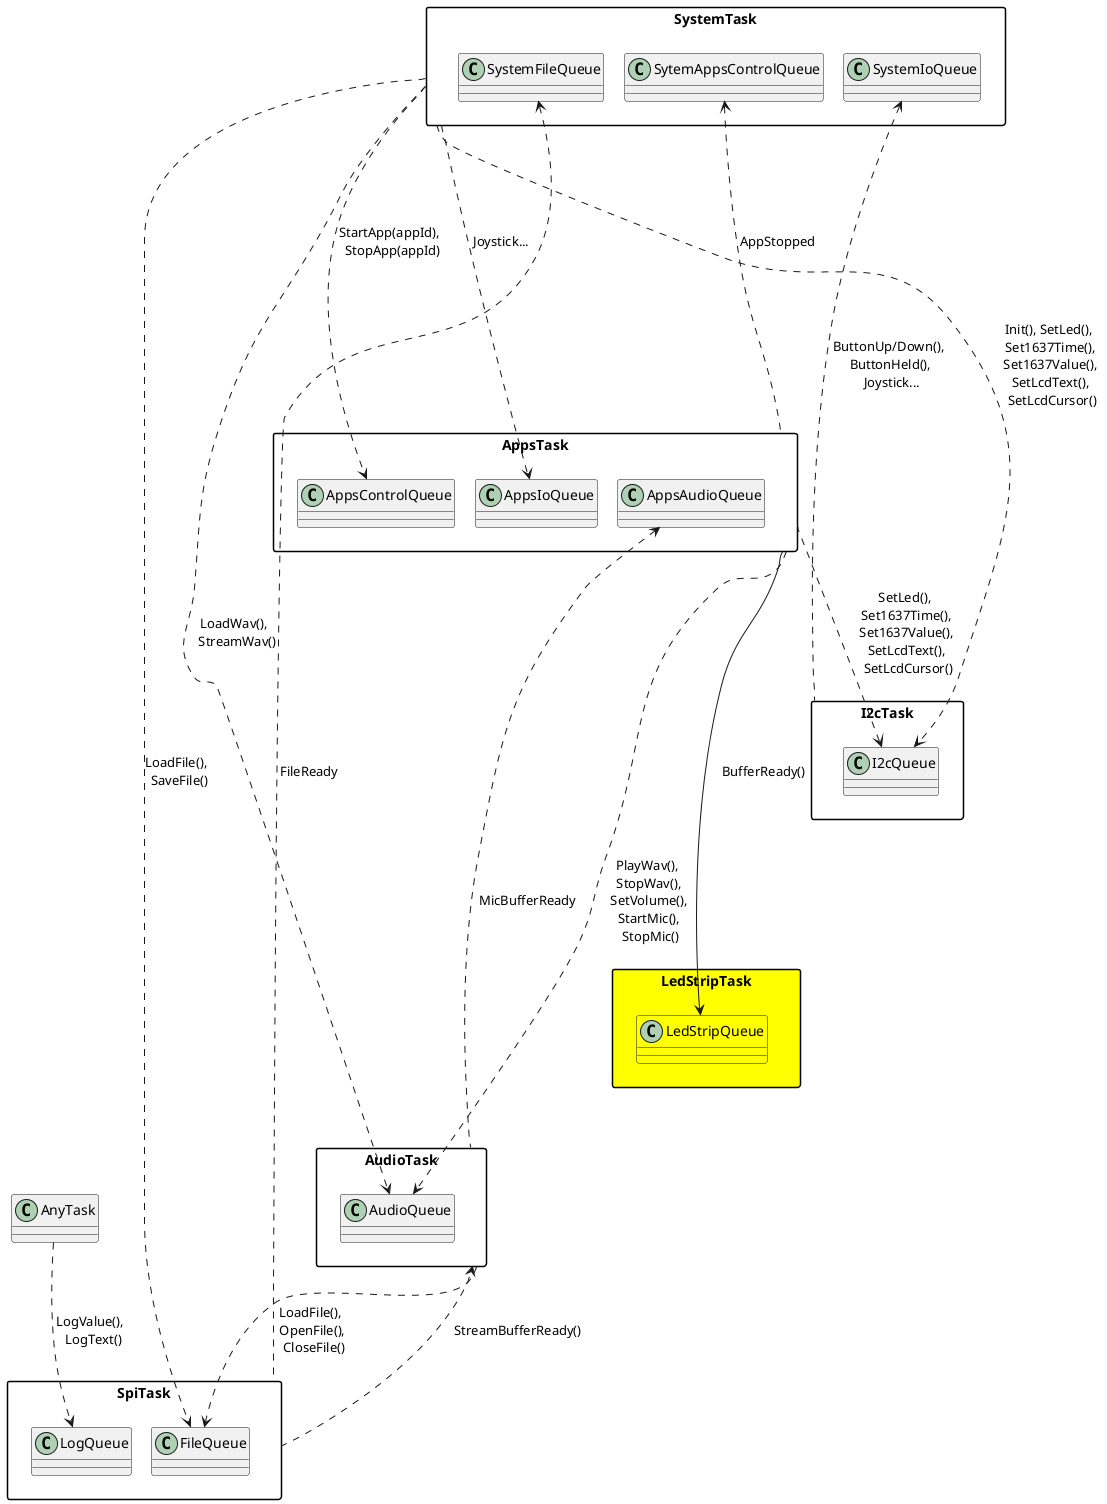
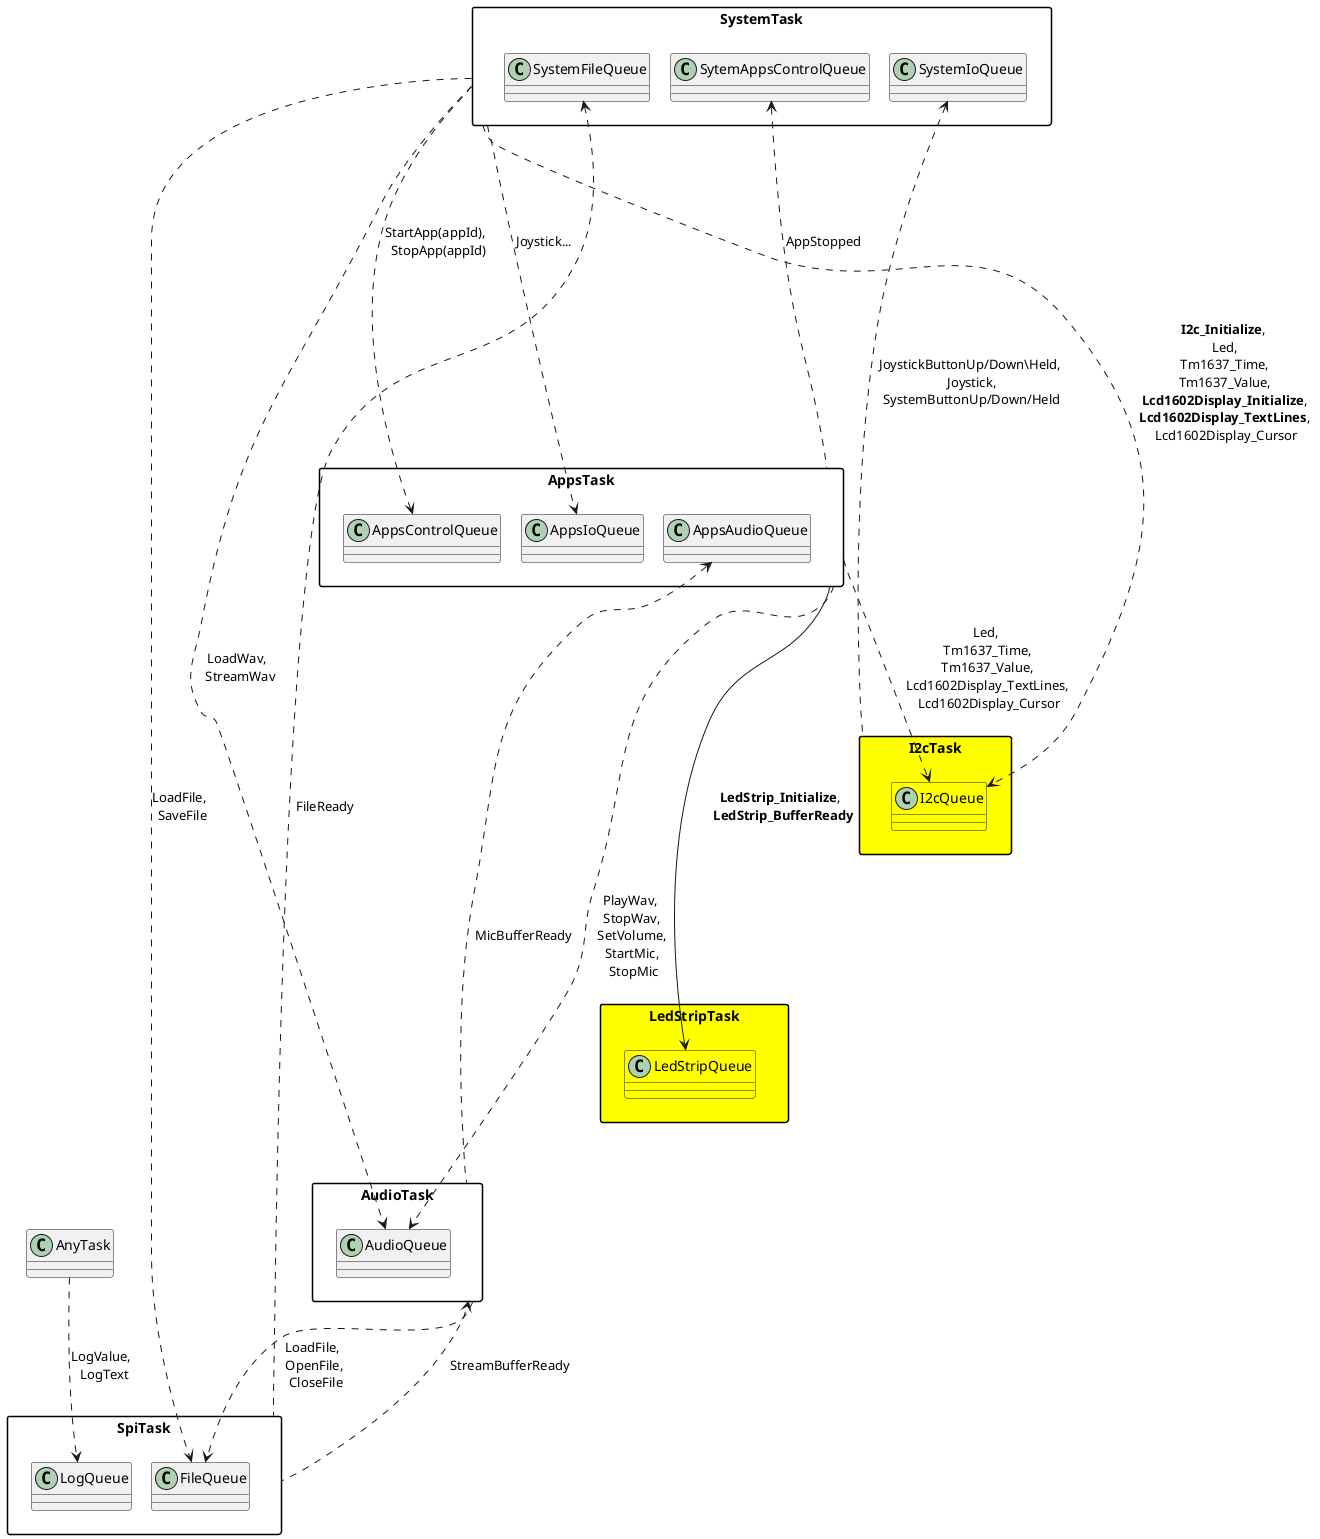
- @startuml
+ @startuml#ffff00

top to bottom direction
skinparam ranksep 120
skinparam nodesep 20
skinparam packageStyle rectangle

package "SystemTask" as SystemTask {
    class SytemAppsControlQueue {}
    class SystemIoQueue {}
    class SystemFileQueue {}
}

package "AppsTask" as AppsTask {
    class AppsControlQueue {}
    class AppsIoQueue {}
    class AppsAudioQueue {}
}

- package "I2cTask" as I2cTask {
-     class I2cQueue {}
+ package "I2cTask" as I2cTask #yellow {
+     class I2cQueue #yellow {}
}

- package "LedStripTask" as LedStripTask #ffff00
- {
-     class LedStripQueue #ffff00 {}
+ package "LedStripTask" as LedStripTask  #yellow {
+     class LedStripQueue #yellow {}
}

package "AudioTask" as AudioTask {
    class AudioQueue {}
}

package "SpiTask" as SpiTask {
    class FileQueue {}

    class LogQueue {}
}

SystemTask -[hidden]down--> AppsTask
AppsTask -[hidden]down-> I2cTask
I2cTask -[hidden]down-> LedStripTask
LedStripTask -[hidden]down-> AudioTask
AudioTask -[hidden]down-> SpiTask

SystemTask .down.> AppsControlQueue : StartApp(appId), \n StopApp(appId)
AppsTask .up.> SytemAppsControlQueue : AppStopped
- SystemTask .down.> I2cQueue : Init(), SetLed(), \n Set1637Time(), \n Set1637Value(), \n SetLcdText(), \n SetLcdCursor()
- AppsTask .down.> I2cQueue : SetLed(), \n Set1637Time(), \n Set1637Value(), \n SetLcdText(), \n SetLcdCursor()
- I2cTask .up.> SystemIoQueue : ButtonUp/Down(), \n ButtonHeld(), \n Joystick...
+ SystemTask .down.> I2cQueue : <b>I2c_Initialize</b>, \n Led, \n Tm1637_Time, \n Tm1637_Value, \n <b>Lcd1602Display_Initialize</b>, \n <b>Lcd1602Display_TextLines</b>, \n Lcd1602Display_Cursor
+ AppsTask .down.> I2cQueue : Led, \n Tm1637_Time, \n Tm1637_Value, \n Lcd1602Display_TextLines, \n Lcd1602Display_Cursor
+ I2cTask .up.> SystemIoQueue : JoystickButtonUp/Down\Held, \n Joystick, \nSystemButtonUp/Down/Held
SystemTask .down.> AppsIoQueue : Joystick...
- AppsTask --> LedStripQueue : BufferReady()
- SystemTask .down.> AudioQueue : LoadWav(), \n StreamWav()
- AppsTask .down.> AudioQueue : PlayWav(), \n StopWav(), \n SetVolume(), \n StartMic(), \n StopMic()
+ AppsTask --> LedStripQueue : <b>LedStrip_Initialize</b>, \n <b>LedStrip_BufferReady</b>
+ SystemTask .down.> AudioQueue : LoadWav, \n StreamWav
+ AppsTask .down.> AudioQueue : PlayWav, \n StopWav, \n SetVolume, \n StartMic, \n StopMic
AudioTask .up.> AppsAudioQueue : MicBufferReady
- AudioTask .down.> FileQueue : LoadFile(), \n OpenFile(), \n CloseFile()
- SpiTask .up.> AudioTask : StreamBufferReady()
- SystemTask .down.> FileQueue : LoadFile(), \n SaveFile()
+ AudioTask .down.> FileQueue : LoadFile, \n OpenFile, \n CloseFile
+ SpiTask .up.> AudioTask : StreamBufferReady
+ SystemTask .down.> FileQueue : LoadFile, \n SaveFile
SpiTask .up.> SystemFileQueue : FileReady
- AnyTask .down.> LogQueue : LogValue(), \n LogText()
+ AnyTask .down.> LogQueue : LogValue, \n LogText

@enduml
